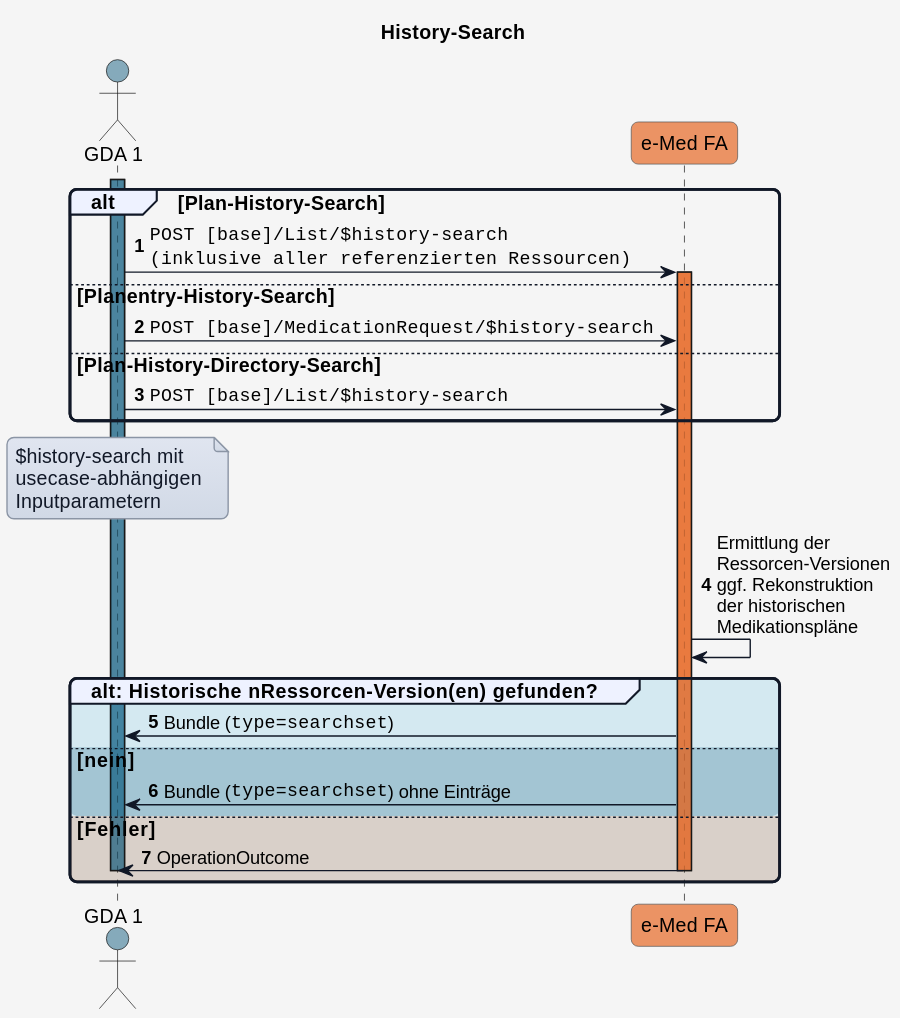
Earlier version of the PlantUML export r4-ELGA-e-Medikation-main/plantuml/UC_eMed_01_03.svg (HL7Austria/hl7austria.github.io).
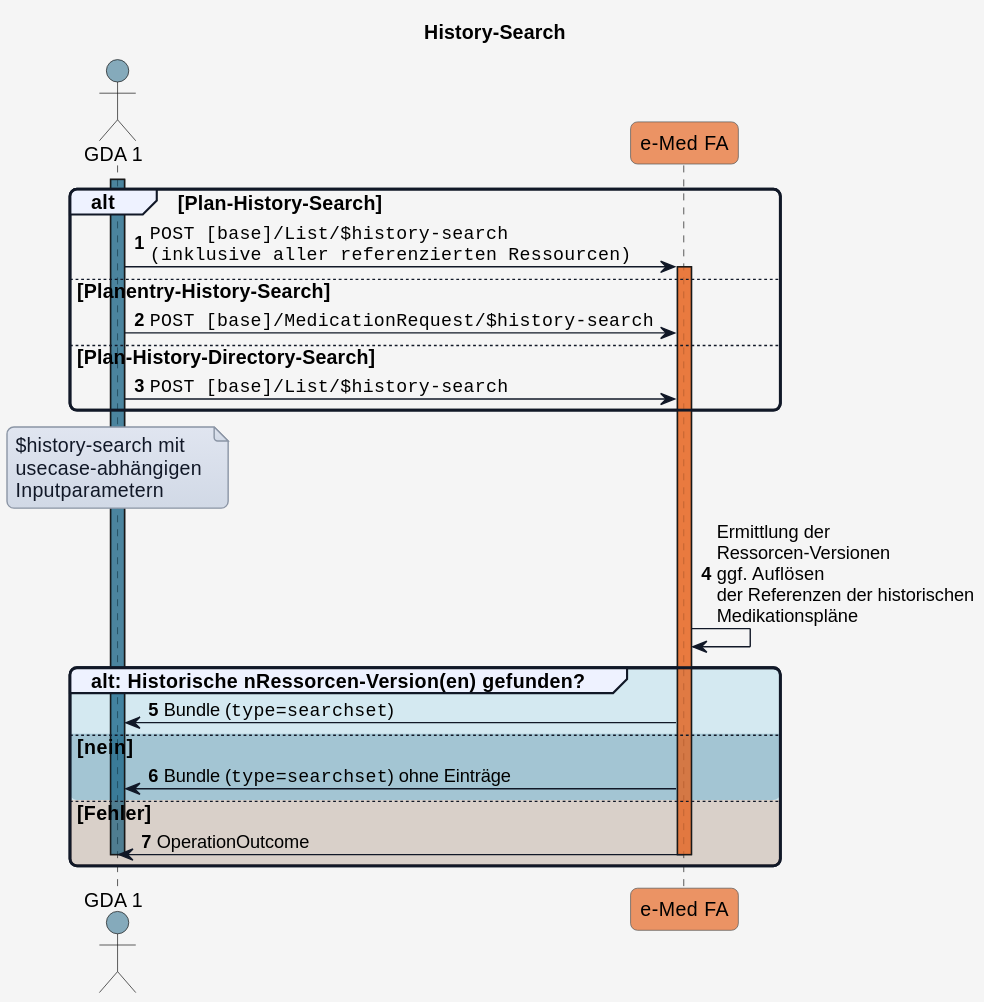
The same file after the commit.

Change to the diagram source:
```diff
@@ -75,7 +75,7 @@
 Inputparametern
 end note
 
-eMed_FA -> eMed_FA: Ermittlung der\nRessorcen-Versionen\nggf. Rekonstruktion\nder historischen\nMedikationspläne
+eMed_FA -> eMed_FA: Ermittlung der\nRessorcen-Versionen\nggf. Auflösen\nder Referenzen der historischen\nMedikationspläne
 
 group COLOR_OK alt: Historische nRessorcen-Version(en) gefunden?
   eMed_FA -> GDA_1: Bundle (""type=searchset"")
```
